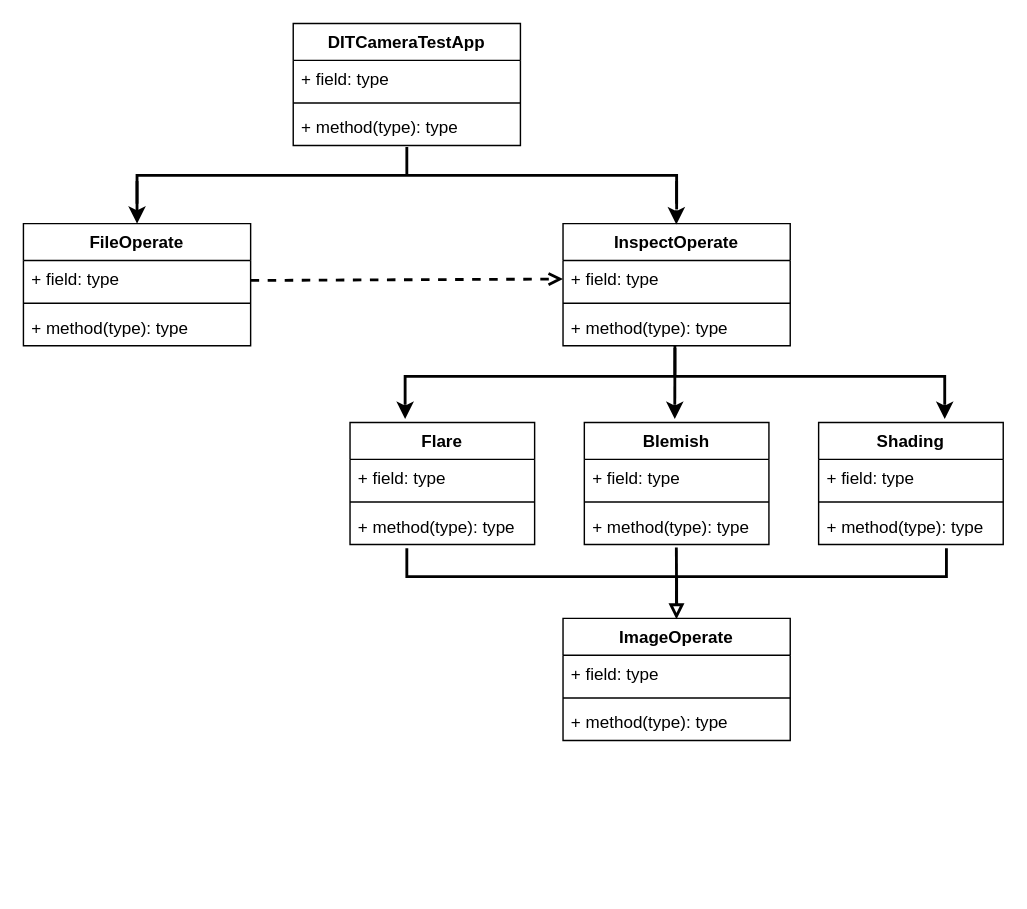
muscleee/UML keeps this draw.io diagram as 未命名圖表.drawio. Above is the earlier version. Source tidied: cells renumbered, new cells numbered last; positions are measured from the earlier drawing's top-left corner, leaving out a move shared by most shapes. Both pictures are drawn from the tidied source at 142%, with x=0, y=0 at pixel (23, 23).
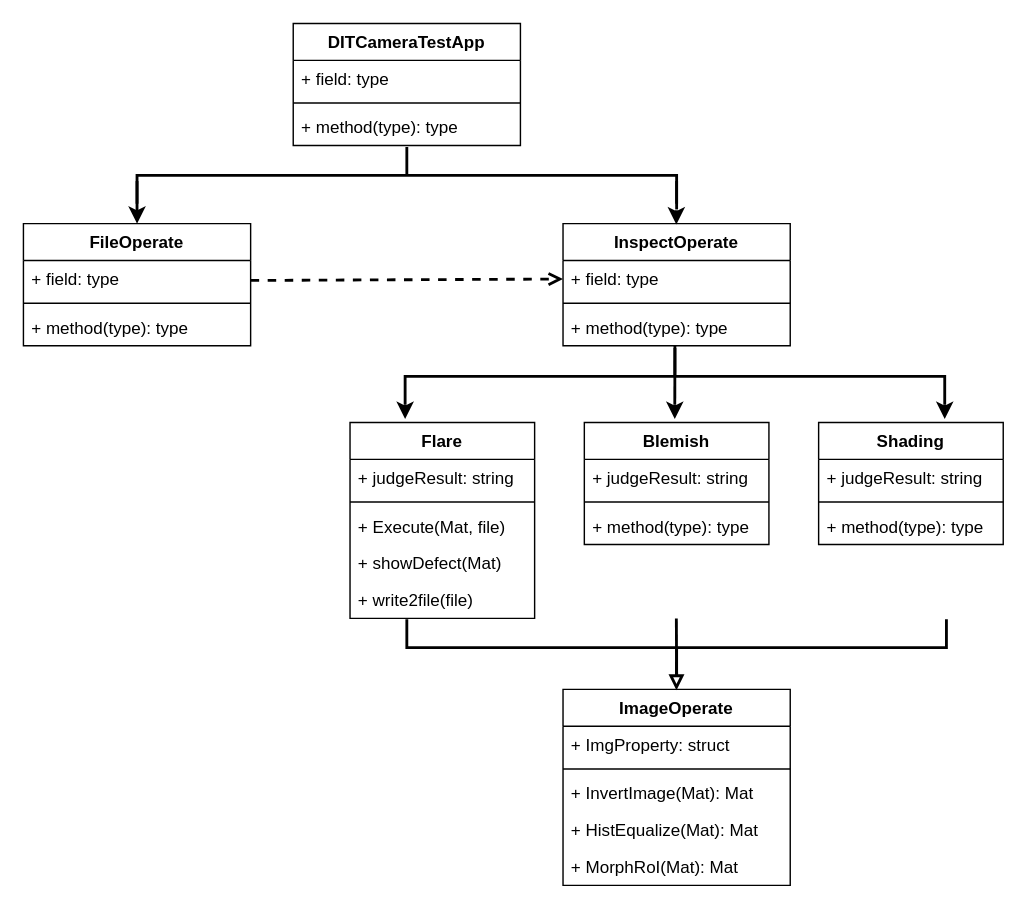
The same diagram, later.

Commit message:
更新未命名圖表.drawio

The change refers to these unchanged cells:
```xml
<mxCell id="15" value="Blemish" style="swimlane;fontStyle=1;align=center;verticalAlign=top;horizontal=1;startSize=26;" parent="1" vertex="1">
  <mxGeometry x="395" y="281" width="130" height="86" as="geometry" />
</mxCell>
<mxCell id="19" value="Shading" style="swimlane;fontStyle=1;align=center;verticalAlign=top;horizontal=1;startSize=26;" parent="1" vertex="1">
  <mxGeometry x="560" y="281" width="130" height="86" as="geometry" />
</mxCell>
```

The edit, as a diff of the source:
```diff
@@
     <mxCell id="2" style="strokeWidth=2;html=1;shape=mxgraph.flowchart.annotation_2;align=left;labelPosition=right;direction=north;fillColor=none;" parent="1" vertex="1">
-      <mxGeometry x="270" y="369.6" width="380" height="40" as="geometry" />
+      <mxGeometry x="270" y="419.6" width="380" height="40" as="geometry" />
     </mxCell>
@@
     <mxCell id="11" value="Flare" style="swimlane;fontStyle=1;align=center;verticalAlign=top;horizontal=1;startSize=26;" parent="1" vertex="1">
-      <mxGeometry x="230" y="281" width="130" height="86" as="geometry" />
+      <mxGeometry x="230" y="281" width="130" height="138" as="geometry" />
     </mxCell>
-    <mxCell id="12" value="+ field: type" style="text;strokeColor=none;fillColor=none;align=left;verticalAlign=top;spacingLeft=4;spacingRight=4;overflow=hidden;" parent="11" vertex="1">
+    <mxCell id="12" value="+ judgeResult: string" style="text;strokeColor=none;fillColor=none;align=left;verticalAlign=top;spacingLeft=4;spacingRight=4;overflow=hidden;" parent="11" vertex="1">
       <mxGeometry y="26" width="130" height="26" as="geometry" />
     </mxCell>
@@
-    <mxCell id="14" value="+ method(type): type" style="text;strokeColor=none;fillColor=none;align=left;verticalAlign=top;spacingLeft=4;spacingRight=4;overflow=hidden;" parent="11" vertex="1">
+    <mxCell id="14" value="+ Execute(Mat, file)" style="text;strokeColor=none;fillColor=none;align=left;verticalAlign=top;spacingLeft=4;spacingRight=4;overflow=hidden;" parent="11" vertex="1">
       <mxGeometry y="60" width="130" height="26" as="geometry" />
     </mxCell>
+    <mxCell id="44" value="+ showDefect(Mat)" style="text;strokeColor=none;fillColor=none;align=left;verticalAlign=top;spacingLeft=4;spacingRight=4;overflow=hidden;" parent="11" vertex="1">
+      <mxGeometry y="86" width="130" height="26" as="geometry" />
+    </mxCell>
+    <mxCell id="45" value="+ write2file(file)" style="text;strokeColor=none;fillColor=none;align=left;verticalAlign=top;spacingLeft=4;spacingRight=4;overflow=hidden;" parent="11" vertex="1">
+      <mxGeometry y="112" width="130" height="26" as="geometry" />
+    </mxCell>
@@
-    <mxCell id="16" value="+ field: type" style="text;strokeColor=none;fillColor=none;align=left;verticalAlign=top;spacingLeft=4;spacingRight=4;overflow=hidden;" parent="15" vertex="1">
+    <mxCell id="16" value="+ judgeResult: string" style="text;strokeColor=none;fillColor=none;align=left;verticalAlign=top;spacingLeft=4;spacingRight=4;overflow=hidden;" parent="15" vertex="1">
       <mxGeometry y="26" width="130" height="26" as="geometry" />
     </mxCell>
@@
-    <mxCell id="20" value="+ field: type" style="text;strokeColor=none;fillColor=none;align=left;verticalAlign=top;spacingLeft=4;spacingRight=4;overflow=hidden;" parent="19" vertex="1">
+    <mxCell id="20" value="+ judgeResult: string" style="text;strokeColor=none;fillColor=none;align=left;verticalAlign=top;spacingLeft=4;spacingRight=4;overflow=hidden;" parent="19" vertex="1">
       <mxGeometry y="26" width="130" height="26" as="geometry" />
     </mxCell>
@@
     <mxCell id="26" style="endArrow=none;html=1;rounded=0;strokeWidth=2;entryX=0.168;entryY=0.5;entryDx=0;entryDy=0;entryPerimeter=0;" parent="1" edge="1">
       <mxGeometry relative="1" as="geometry">
-        <mxPoint x="460" y="409.6" as="sourcePoint" />
-        <mxPoint x="459.8" y="369" as="targetPoint" />
+        <mxPoint x="460" y="459.6" as="sourcePoint" />
+        <mxPoint x="459.8" y="419" as="targetPoint" />
       </mxGeometry>
     </mxCell>
     <mxCell id="27" style="endArrow=block;html=1;rounded=0;strokeColor=#000000;strokeWidth=2;endFill=0;" parent="1" edge="1">
       <mxGeometry relative="1" as="geometry">
-        <mxPoint x="459.9" y="399.6" as="sourcePoint" />
-        <mxPoint x="459.9" y="419.6" as="targetPoint" />
+        <mxPoint x="459.9" y="449.6" as="sourcePoint" />
+        <mxPoint x="459.9" y="469.6" as="targetPoint" />
       </mxGeometry>
     </mxCell>
     <mxCell id="28" value="ImageOperate" style="swimlane;fontStyle=1;align=center;verticalAlign=top;horizontal=1;startSize=26;fillColor=none;" parent="1" vertex="1">
-      <mxGeometry x="380" y="419" width="160" height="86" as="geometry" />
+      <mxGeometry x="380" y="469" width="160" height="138" as="geometry" />
     </mxCell>
-    <mxCell id="29" value="+ field: type" style="text;strokeColor=none;fillColor=none;align=left;verticalAlign=top;spacingLeft=4;spacingRight=4;overflow=hidden;" parent="28" vertex="1">
+    <mxCell id="29" value="+ ImgProperty: struct" style="text;strokeColor=none;fillColor=none;align=left;verticalAlign=top;spacingLeft=4;spacingRight=4;overflow=hidden;" parent="28" vertex="1">
       <mxGeometry y="26" width="160" height="26" as="geometry" />
     </mxCell>
@@
-    <mxCell id="31" value="+ method(type): type" style="text;strokeColor=none;fillColor=none;align=left;verticalAlign=top;spacingLeft=4;spacingRight=4;overflow=hidden;" parent="28" vertex="1">
+    <mxCell id="31" value="+ InvertImage(Mat): Mat" style="text;strokeColor=none;fillColor=none;align=left;verticalAlign=top;spacingLeft=4;spacingRight=4;overflow=hidden;" parent="28" vertex="1">
       <mxGeometry y="60" width="160" height="26" as="geometry" />
     </mxCell>
+    <mxCell id="46" value="+ HistEqualize(Mat): Mat" style="text;strokeColor=none;fillColor=none;align=left;verticalAlign=top;spacingLeft=4;spacingRight=4;overflow=hidden;" parent="28" vertex="1">
+      <mxGeometry y="86" width="160" height="26" as="geometry" />
+    </mxCell>
+    <mxCell id="47" value="+ MorphRoI(Mat): Mat" style="text;strokeColor=none;fillColor=none;align=left;verticalAlign=top;spacingLeft=4;spacingRight=4;overflow=hidden;" parent="28" vertex="1">
+      <mxGeometry y="112" width="160" height="26" as="geometry" />
+    </mxCell>
```
